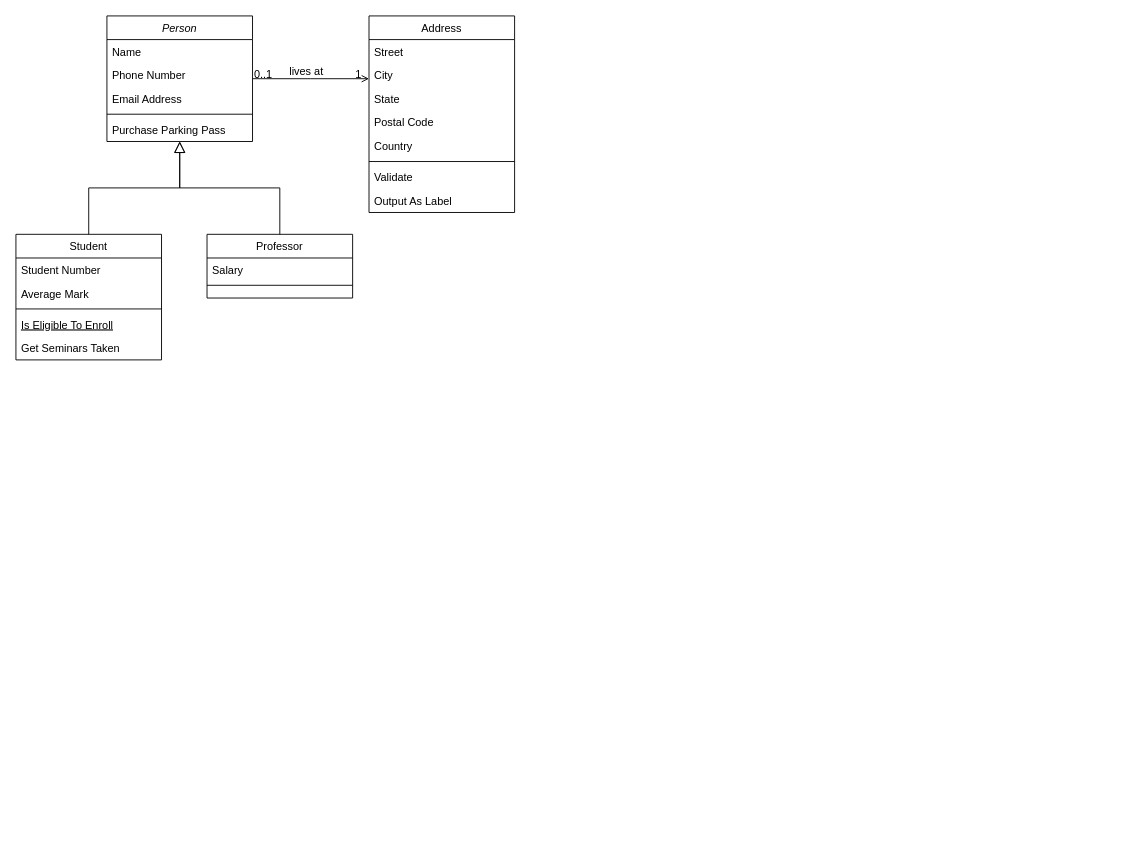
maxjirayut/test keeps this draw.io diagram as Untitled Diagram.drawio. Above is the earlier version. Source tidied: cells renumbered, new cells numbered last; positions are measured from the earlier drawing's top-left corner, leaving out a move shared by most shapes. Both pictures are drawn from the tidied source at 91%, with x=0, y=0 at pixel (15, 15).
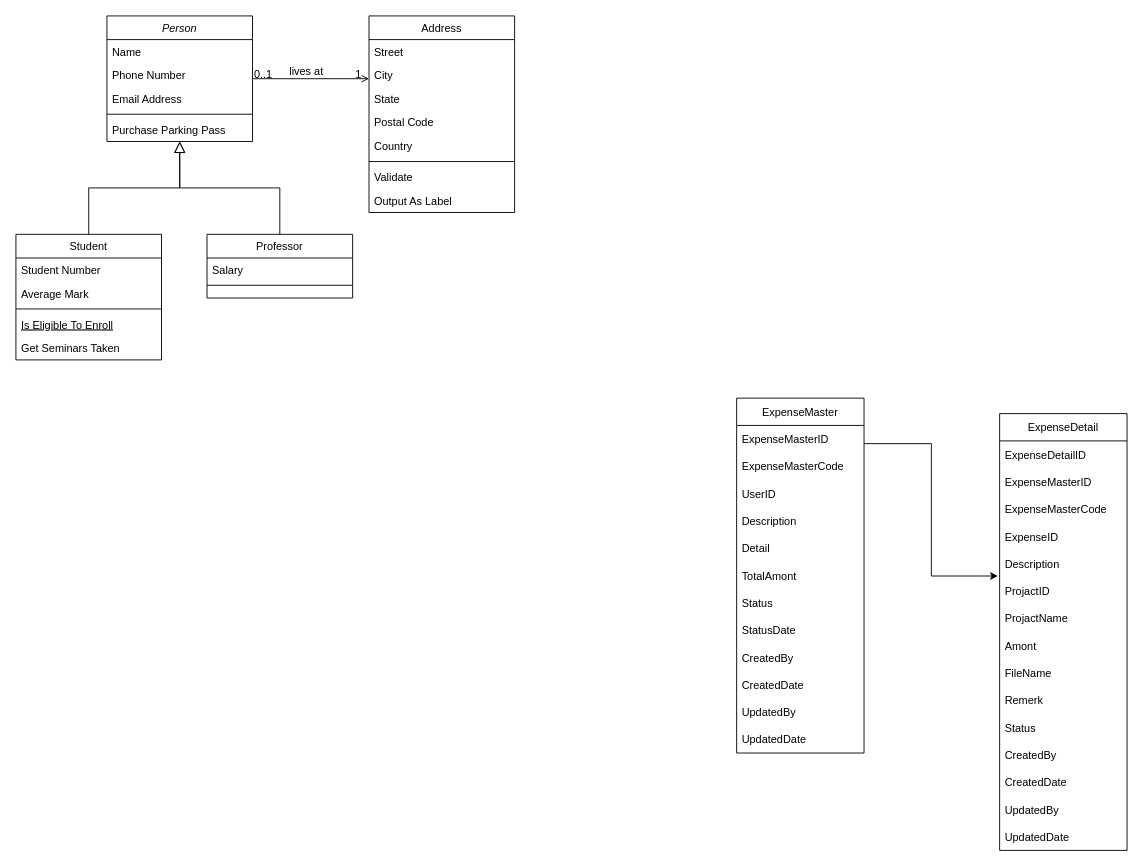
The same page after the edit.

The edit, as a diff of the source:
```diff
@@
+    <mxCell id="32" style="edgeStyle=orthogonalEdgeStyle;rounded=0;jettySize=auto;html=1;entryX=-0.013;entryY=0.949;entryDx=0;entryDy=0;entryPerimeter=0;" parent="1" edge="1" source="33" target="51">
+      <mxGeometry relative="1" as="geometry">
+        <Array as="points">
+          <mxPoint x="1006" y="470" />
+          <mxPoint x="1006" y="616" />
+        </Array>
+      </mxGeometry>
+    </mxCell>
+    <mxCell id="33" value="ExpenseMaster" style="swimlane;fontStyle=0;horizontal=1;startSize=30;" parent="1" vertex="1">
+      <mxGeometry x="792" y="420" width="140" height="390" as="geometry" />
+    </mxCell>
+    <mxCell id="34" value="ExpenseMasterID" style="text;strokeColor=none;fillColor=none;align=left;verticalAlign=middle;spacingLeft=4;spacingRight=4;overflow=hidden;" parent="33" vertex="1">
+      <mxGeometry y="30" width="140" height="30" as="geometry" />
+    </mxCell>
+    <mxCell id="35" value="ExpenseMasterCode" style="text;strokeColor=none;fillColor=none;align=left;verticalAlign=middle;spacingLeft=4;spacingRight=4;overflow=hidden;" parent="33" vertex="1">
+      <mxGeometry y="60" width="140" height="30" as="geometry" />
+    </mxCell>
+    <mxCell id="36" value="UserID" style="text;strokeColor=none;fillColor=none;align=left;verticalAlign=middle;spacingLeft=4;spacingRight=4;overflow=hidden;" parent="33" vertex="1">
+      <mxGeometry y="90" width="140" height="30" as="geometry" />
+    </mxCell>
+    <mxCell id="37" value="Description" style="text;strokeColor=none;fillColor=none;align=left;verticalAlign=middle;spacingLeft=4;spacingRight=4;overflow=hidden;" parent="33" vertex="1">
+      <mxGeometry y="120" width="140" height="30" as="geometry" />
+    </mxCell>
+    <mxCell id="38" value="Detail" style="text;strokeColor=none;fillColor=none;align=left;verticalAlign=middle;spacingLeft=4;spacingRight=4;overflow=hidden;" parent="33" vertex="1">
+      <mxGeometry y="150" width="140" height="30" as="geometry" />
+    </mxCell>
+    <mxCell id="39" value="TotalAmont" style="text;strokeColor=none;fillColor=none;align=left;verticalAlign=middle;spacingLeft=4;spacingRight=4;overflow=hidden;" parent="33" vertex="1">
+      <mxGeometry y="180" width="140" height="30" as="geometry" />
+    </mxCell>
+    <mxCell id="40" value="Status" style="text;strokeColor=none;fillColor=none;align=left;verticalAlign=middle;spacingLeft=4;spacingRight=4;overflow=hidden;" parent="33" vertex="1">
+      <mxGeometry y="210" width="140" height="30" as="geometry" />
+    </mxCell>
+    <mxCell id="41" value="StatusDate" style="text;strokeColor=none;fillColor=none;align=left;verticalAlign=middle;spacingLeft=4;spacingRight=4;overflow=hidden;" parent="33" vertex="1">
+      <mxGeometry y="240" width="140" height="30" as="geometry" />
+    </mxCell>
+    <mxCell id="42" value="CreatedBy" style="text;strokeColor=none;fillColor=none;align=left;verticalAlign=middle;spacingLeft=4;spacingRight=4;overflow=hidden;" parent="33" vertex="1">
+      <mxGeometry y="270" width="140" height="30" as="geometry" />
+    </mxCell>
+    <mxCell id="43" value="CreatedDate" style="text;strokeColor=none;fillColor=none;align=left;verticalAlign=middle;spacingLeft=4;spacingRight=4;overflow=hidden;" parent="33" vertex="1">
+      <mxGeometry y="300" width="140" height="30" as="geometry" />
+    </mxCell>
+    <mxCell id="44" value="UpdatedBy" style="text;strokeColor=none;fillColor=none;align=left;verticalAlign=middle;spacingLeft=4;spacingRight=4;overflow=hidden;" parent="33" vertex="1">
+      <mxGeometry y="330" width="140" height="30" as="geometry" />
+    </mxCell>
+    <mxCell id="45" value="UpdatedDate" style="text;strokeColor=none;fillColor=none;align=left;verticalAlign=middle;spacingLeft=4;spacingRight=4;overflow=hidden;" parent="33" vertex="1">
+      <mxGeometry y="360" width="140" height="30" as="geometry" />
+    </mxCell>
+    <mxCell id="46" value="ExpenseDetail" style="swimlane;fontStyle=0;horizontal=1;startSize=30;" parent="1" vertex="1">
+      <mxGeometry x="1081" y="437" width="140" height="480" as="geometry" />
+    </mxCell>
+    <mxCell id="47" value="ExpenseDetailID" style="text;strokeColor=none;fillColor=none;align=left;verticalAlign=middle;spacingLeft=4;spacingRight=4;overflow=hidden;" parent="46" vertex="1">
+      <mxGeometry y="30" width="140" height="30" as="geometry" />
+    </mxCell>
+    <mxCell id="48" value="ExpenseMasterID" style="text;strokeColor=none;fillColor=none;align=left;verticalAlign=middle;spacingLeft=4;spacingRight=4;overflow=hidden;" parent="46" vertex="1">
+      <mxGeometry y="60" width="140" height="30" as="geometry" />
+    </mxCell>
+    <mxCell id="49" value="ExpenseMasterCode" style="text;strokeColor=none;fillColor=none;align=left;verticalAlign=middle;spacingLeft=4;spacingRight=4;overflow=hidden;" parent="46" vertex="1">
+      <mxGeometry y="90" width="140" height="30" as="geometry" />
+    </mxCell>
+    <mxCell id="50" value="ExpenseID" style="text;strokeColor=none;fillColor=none;align=left;verticalAlign=middle;spacingLeft=4;spacingRight=4;overflow=hidden;" parent="46" vertex="1">
+      <mxGeometry y="120" width="140" height="30" as="geometry" />
+    </mxCell>
+    <mxCell id="51" value="Description" style="text;strokeColor=none;fillColor=none;align=left;verticalAlign=middle;spacingLeft=4;spacingRight=4;overflow=hidden;points=[[0,0.5],[1,0.5]];portConstraint=eastwest;" parent="46" vertex="1">
+      <mxGeometry y="150" width="140" height="30" as="geometry" />
+    </mxCell>
+    <mxCell id="52" value="ProjactID" style="text;strokeColor=none;fillColor=none;align=left;verticalAlign=middle;spacingLeft=4;spacingRight=4;overflow=hidden;" parent="46" vertex="1">
+      <mxGeometry y="180" width="140" height="30" as="geometry" />
+    </mxCell>
+    <mxCell id="53" value="ProjactName" style="text;strokeColor=none;fillColor=none;align=left;verticalAlign=middle;spacingLeft=4;spacingRight=4;overflow=hidden;" parent="46" vertex="1">
+      <mxGeometry y="210" width="140" height="30" as="geometry" />
+    </mxCell>
+    <mxCell id="54" value="Amont" style="text;strokeColor=none;fillColor=none;align=left;verticalAlign=middle;spacingLeft=4;spacingRight=4;overflow=hidden;" parent="46" vertex="1">
+      <mxGeometry y="240" width="140" height="30" as="geometry" />
+    </mxCell>
+    <mxCell id="55" value="FileName" style="text;strokeColor=none;fillColor=none;align=left;verticalAlign=middle;spacingLeft=4;spacingRight=4;overflow=hidden;" parent="46" vertex="1">
+      <mxGeometry y="270" width="140" height="30" as="geometry" />
+    </mxCell>
+    <mxCell id="56" value="Remerk" style="text;strokeColor=none;fillColor=none;align=left;verticalAlign=middle;spacingLeft=4;spacingRight=4;overflow=hidden;" parent="46" vertex="1">
+      <mxGeometry y="300" width="140" height="30" as="geometry" />
+    </mxCell>
+    <mxCell id="57" value="Status" style="text;strokeColor=none;fillColor=none;align=left;verticalAlign=middle;spacingLeft=4;spacingRight=4;overflow=hidden;" parent="46" vertex="1">
+      <mxGeometry y="330" width="140" height="30" as="geometry" />
+    </mxCell>
+    <mxCell id="58" value="CreatedBy" style="text;strokeColor=none;fillColor=none;align=left;verticalAlign=middle;spacingLeft=4;spacingRight=4;overflow=hidden;" parent="46" vertex="1">
+      <mxGeometry y="360" width="140" height="30" as="geometry" />
+    </mxCell>
+    <mxCell id="59" value="CreatedDate" style="text;strokeColor=none;fillColor=none;align=left;verticalAlign=middle;spacingLeft=4;spacingRight=4;overflow=hidden;" parent="46" vertex="1">
+      <mxGeometry y="390" width="140" height="30" as="geometry" />
+    </mxCell>
+    <mxCell id="60" value="UpdatedBy" style="text;strokeColor=none;fillColor=none;align=left;verticalAlign=middle;spacingLeft=4;spacingRight=4;overflow=hidden;" parent="46" vertex="1">
+      <mxGeometry y="420" width="140" height="30" as="geometry" />
+    </mxCell>
+    <mxCell id="61" value="UpdatedDate" style="text;strokeColor=none;fillColor=none;align=left;verticalAlign=middle;spacingLeft=4;spacingRight=4;overflow=hidden;" parent="46" vertex="1">
+      <mxGeometry y="450" width="140" height="30" as="geometry" />
+    </mxCell>
```
